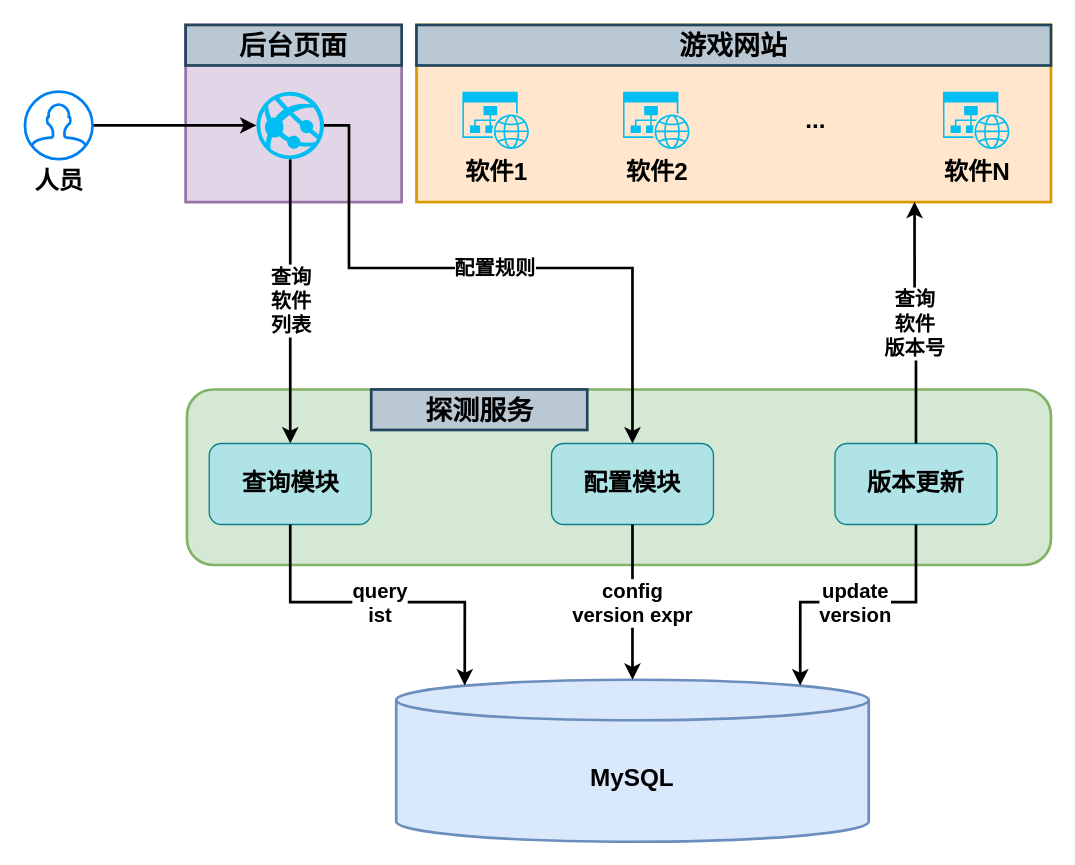
The draw.io diagram page "game-version-update-solution" (3 of 3) of projects.drawio in jackie-thank/beego-authz, before the edit. Source tidied: cells renumbered, new cells numbered last; positions are measured from the earlier drawing's top-left corner, leaving out a move shared by most shapes. Both pictures are drawn from the tidied source at 135%, with x=0, y=0 at pixel (24, 24).
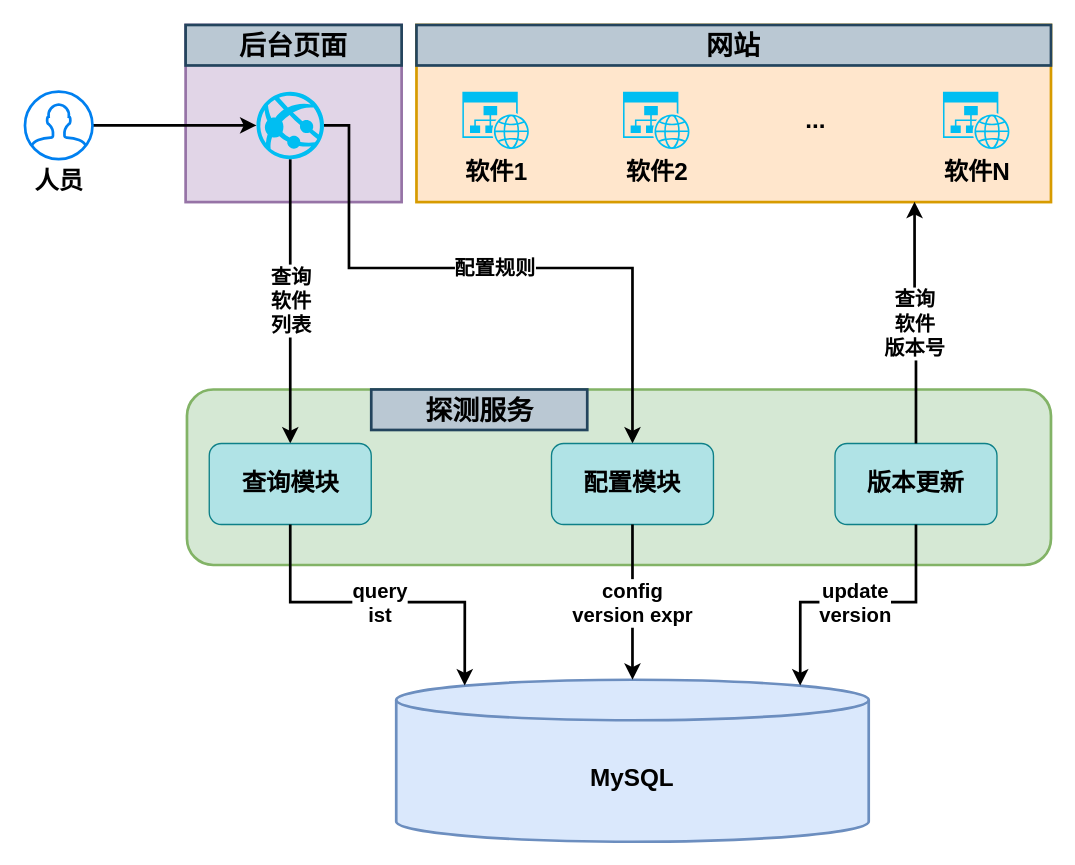
After the change.

The edit, as a diff of the source:
```diff
@@
-    <mxCell id="19" value="游戏网站" style="rounded=0;whiteSpace=wrap;html=1;strokeColor=#23445d;fontFamily=Helvetica;fontSize=20;fillColor=#bac8d3;shadow=0;glass=0;strokeWidth=2;fontStyle=1;" parent="1" vertex="1">
+    <mxCell id="19" value="网站" style="rounded=0;whiteSpace=wrap;html=1;strokeColor=#23445d;fontFamily=Helvetica;fontSize=20;fillColor=#bac8d3;shadow=0;glass=0;strokeWidth=2;fontStyle=1;" parent="1" vertex="1">
       <mxGeometry x="290" width="470" height="30" as="geometry" />
     </mxCell>
```
